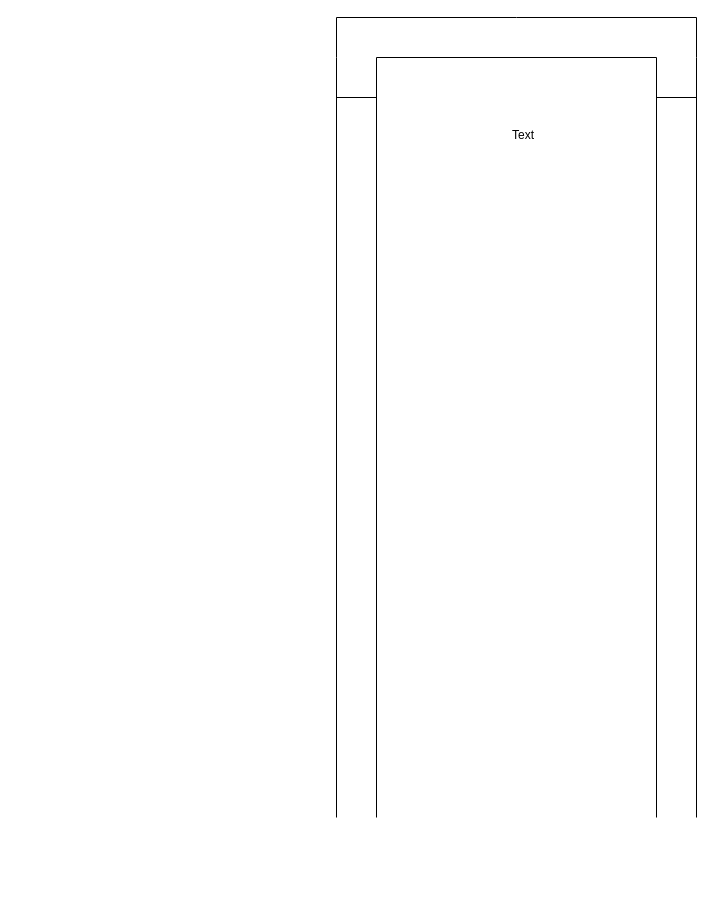
Above: page "A REAL MONTH" (1 of 27) of pentasys-calendar-format-1.drawio in appsparkler/draw.io (draw.io), before the change. Source tidied: cells renumbered, new cells numbered last; positions are measured from the earlier drawing's top-left corner, leaving out a move shared by most shapes. Both pictures are drawn from the tidied source at 100%, with x=0, y=0 at pixel (336, 17).
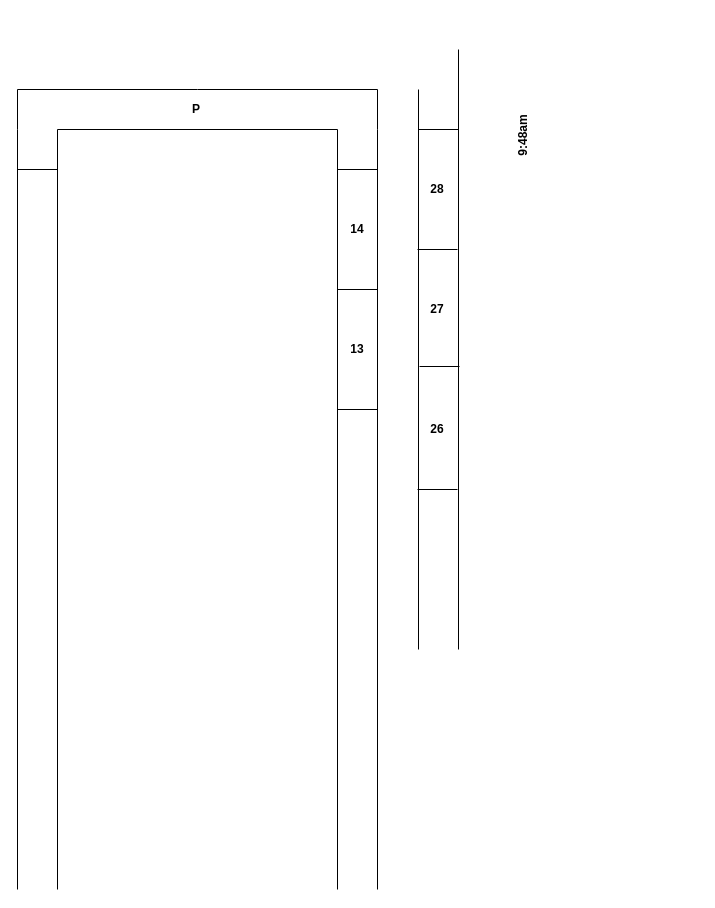
The same page after the edit.

What changed in the source:
```diff
@@
     <mxCell id="2" style="endArrow=none;html=1;rounded=0;" parent="1" edge="1">
       <mxGeometry relative="1" as="geometry">
-        <mxPoint x="40" y="800" as="sourcePoint" />
-        <mxPoint x="40" y="40" as="targetPoint" />
+        <mxPoint x="-279" y="872" as="sourcePoint" />
+        <mxPoint x="-279" y="112" as="targetPoint" />
       </mxGeometry>
     </mxCell>
     <mxCell id="3" style="endArrow=none;html=1;rounded=0;" parent="1" edge="1">
       <mxGeometry relative="1" as="geometry">
-        <mxPoint y="800" as="sourcePoint" />
-        <mxPoint y="40" as="targetPoint" />
+        <mxPoint x="-319" y="872" as="sourcePoint" />
+        <mxPoint x="-319" y="112" as="targetPoint" />
       </mxGeometry>
     </mxCell>
-    <mxCell id="4" value="Text" style="text;html=1;whiteSpace=wrap;strokeColor=none;fillColor=none;align=center;verticalAlign=middle;rounded=0;" parent="1" vertex="1">
+    <mxCell id="4" value="9:48am" style="text;html=1;whiteSpace=wrap;strokeColor=none;fillColor=none;align=center;verticalAlign=middle;rounded=0;fontStyle=1;rotation=-90;" parent="1" vertex="1">
       <mxGeometry x="157" y="103" width="60" height="30" as="geometry" />
     </mxCell>
     <mxCell id="5" style="endArrow=none;html=1;rounded=0;" parent="1" edge="1">
       <mxGeometry relative="1" as="geometry">
-        <mxPoint x="360" y="800" as="sourcePoint" />
-        <mxPoint x="360" y="40" as="targetPoint" />
+        <mxPoint x="41" y="872" as="sourcePoint" />
+        <mxPoint x="41" y="112" as="targetPoint" />
       </mxGeometry>
     </mxCell>
     <mxCell id="6" style="endArrow=none;html=1;rounded=0;" parent="1" edge="1">
       <mxGeometry relative="1" as="geometry">
-        <mxPoint x="320" y="800" as="sourcePoint" />
-        <mxPoint x="320" y="40" as="targetPoint" />
+        <mxPoint x="1" y="872" as="sourcePoint" />
+        <mxPoint x="1" y="112" as="targetPoint" />
       </mxGeometry>
     </mxCell>
     <mxCell id="7" style="endArrow=none;html=1;rounded=0;" parent="1" edge="1">
       <mxGeometry relative="1" as="geometry">
-        <mxPoint x="40" y="40" as="sourcePoint" />
-        <mxPoint x="320" y="40" as="targetPoint" />
+        <mxPoint x="-279" y="112" as="sourcePoint" />
+        <mxPoint x="1" y="112" as="targetPoint" />
       </mxGeometry>
     </mxCell>
     <mxCell id="8" style="endArrow=none;html=1;rounded=0;" parent="1" edge="1">
       <mxGeometry relative="1" as="geometry">
-        <mxPoint y="40" as="sourcePoint" />
-        <mxPoint x="360" y="40" as="targetPoint" />
+        <mxPoint x="-319" y="112" as="sourcePoint" />
+        <mxPoint x="41" y="112" as="targetPoint" />
         <Array as="points">
-          <mxPoint />
-          <mxPoint x="180" />
-          <mxPoint x="360" />
+          <mxPoint x="-319" y="72" />
+          <mxPoint x="-139" y="72" />
+          <mxPoint x="41" y="72" />
         </Array>
       </mxGeometry>
     </mxCell>
     <mxCell id="9" style="endArrow=none;html=1;rounded=0;" parent="1" edge="1">
       <mxGeometry relative="1" as="geometry">
-        <mxPoint x="320" y="80" as="sourcePoint" />
-        <mxPoint x="360" y="80" as="targetPoint" />
+        <mxPoint x="1" y="152" as="sourcePoint" />
+        <mxPoint x="41" y="152" as="targetPoint" />
       </mxGeometry>
     </mxCell>
     <mxCell id="10" style="endArrow=none;html=1;rounded=0;" parent="1" edge="1">
       <mxGeometry relative="1" as="geometry">
-        <mxPoint y="80" as="sourcePoint" />
-        <mxPoint x="40" y="80" as="targetPoint" />
+        <mxPoint x="-319" y="152" as="sourcePoint" />
+        <mxPoint x="-279" y="152" as="targetPoint" />
       </mxGeometry>
     </mxCell>
+    <mxCell id="11" style="endArrow=none;html=1;rounded=0;" parent="1" edge="1">
+      <mxGeometry relative="1" as="geometry">
+        <mxPoint x="1" y="272" as="sourcePoint" />
+        <mxPoint x="41" y="272" as="targetPoint" />
+      </mxGeometry>
+    </mxCell>
+    <mxCell id="12" value="&lt;b&gt;14&lt;/b&gt;" style="text;html=1;whiteSpace=wrap;strokeColor=none;fillColor=none;align=center;verticalAlign=middle;rounded=0;" parent="1" vertex="1">
+      <mxGeometry x="6" y="192" width="30" height="40" as="geometry" />
+    </mxCell>
+    <mxCell id="13" value="&lt;b&gt;13&lt;/b&gt;" style="text;html=1;whiteSpace=wrap;strokeColor=none;fillColor=none;align=center;verticalAlign=middle;rounded=0;" parent="1" vertex="1">
+      <mxGeometry x="6" y="312" width="30" height="40" as="geometry" />
+    </mxCell>
+    <mxCell id="14" style="endArrow=none;html=1;rounded=0;" parent="1" edge="1">
+      <mxGeometry relative="1" as="geometry">
+        <mxPoint x="1" y="392" as="sourcePoint" />
+        <mxPoint x="41" y="392" as="targetPoint" />
+      </mxGeometry>
+    </mxCell>
+    <mxCell id="15" style="group;fillColor=none;strokeColor=none;fontColor=#3333FF;" parent="1" vertex="1">
+      <mxGeometry x="81" y="32" width="42" height="600" as="geometry" />
+    </mxCell>
+    <mxCell id="16" style="endArrow=none;html=1;rounded=0;" parent="15" edge="1">
+      <mxGeometry relative="1" as="geometry">
+        <mxPoint x="1" y="600" as="sourcePoint" />
+        <mxPoint x="1" y="40" as="targetPoint" />
+      </mxGeometry>
+    </mxCell>
+    <mxCell id="17" style="endArrow=none;html=1;rounded=0;" parent="15" edge="1">
+      <mxGeometry relative="1" as="geometry">
+        <mxPoint x="41" y="600" as="sourcePoint" />
+        <mxPoint x="41" as="targetPoint" />
+      </mxGeometry>
+    </mxCell>
+    <mxCell id="18" style="endArrow=none;html=1;rounded=0;" parent="15" edge="1">
+      <mxGeometry relative="1" as="geometry">
+        <mxPoint x="2" y="317" as="sourcePoint" />
+        <mxPoint x="42" y="317" as="targetPoint" />
+      </mxGeometry>
+    </mxCell>
+    <mxCell id="19" style="endArrow=none;html=1;rounded=0;" parent="15" edge="1">
+      <mxGeometry relative="1" as="geometry">
+        <mxPoint y="200" as="sourcePoint" />
+        <mxPoint x="40" y="200" as="targetPoint" />
+      </mxGeometry>
+    </mxCell>
+    <mxCell id="20" style="endArrow=none;html=1;rounded=0;" parent="15" edge="1">
+      <mxGeometry relative="1" as="geometry">
+        <mxPoint x="1" y="80" as="sourcePoint" />
+        <mxPoint x="41" y="80" as="targetPoint" />
+      </mxGeometry>
+    </mxCell>
+    <mxCell id="21" style="endArrow=none;html=1;rounded=0;" parent="15" edge="1">
+      <mxGeometry relative="1" as="geometry">
+        <mxPoint y="440" as="sourcePoint" />
+        <mxPoint x="40" y="440" as="targetPoint" />
+      </mxGeometry>
+    </mxCell>
+    <mxCell id="22" value="&lt;b&gt;28&lt;/b&gt;" style="text;html=1;whiteSpace=wrap;strokeColor=none;fillColor=none;align=center;verticalAlign=middle;rounded=0;" parent="15" vertex="1">
+      <mxGeometry x="5" y="120" width="30" height="40" as="geometry" />
+    </mxCell>
+    <mxCell id="23" value="&lt;b&gt;27&lt;/b&gt;" style="text;html=1;whiteSpace=wrap;strokeColor=none;fillColor=none;align=center;verticalAlign=middle;rounded=0;" parent="15" vertex="1">
+      <mxGeometry x="5" y="240" width="30" height="40" as="geometry" />
+    </mxCell>
+    <mxCell id="24" value="&lt;b&gt;26&lt;/b&gt;" style="text;html=1;whiteSpace=wrap;strokeColor=none;fillColor=none;align=center;verticalAlign=middle;rounded=0;" parent="15" vertex="1">
+      <mxGeometry x="5" y="360" width="30" height="40" as="geometry" />
+    </mxCell>
+    <mxCell id="25" value="&lt;b&gt;P&lt;/b&gt;" style="text;html=1;whiteSpace=wrap;strokeColor=none;fillColor=none;align=center;verticalAlign=middle;rounded=0;" parent="1" vertex="1">
+      <mxGeometry x="-155" y="72" width="30" height="40" as="geometry" />
+    </mxCell>
```
